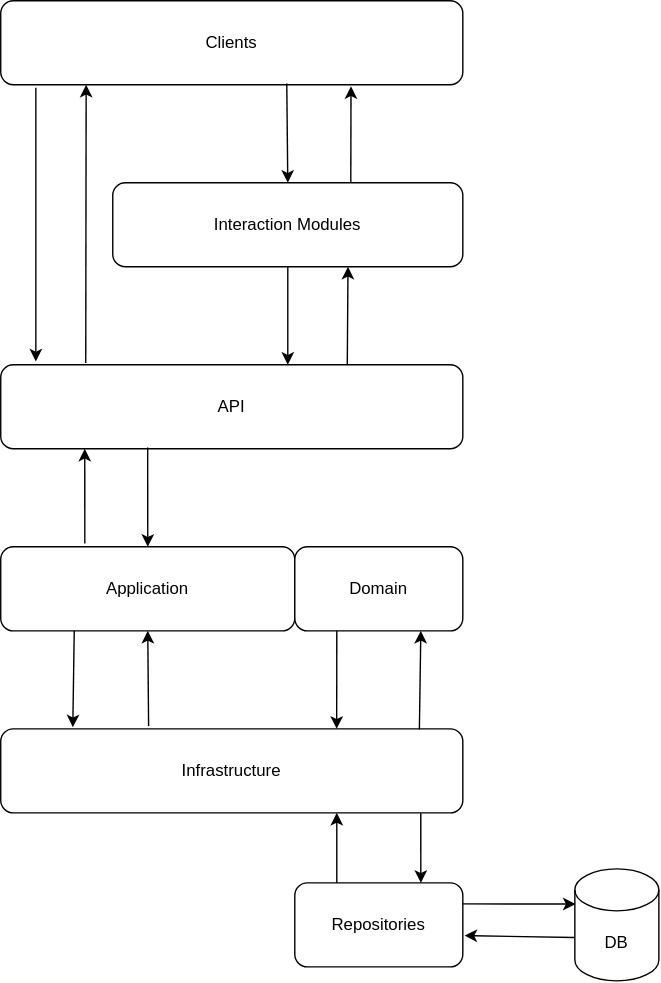
The draw.io diagram doc/img/arch.drawio.svg in novg/ErpTemplate, before a commit. Source tidied: cells renumbered, new cells last; positions are measured from the earlier drawing's top-left corner, leaving out a move shared by most shapes.
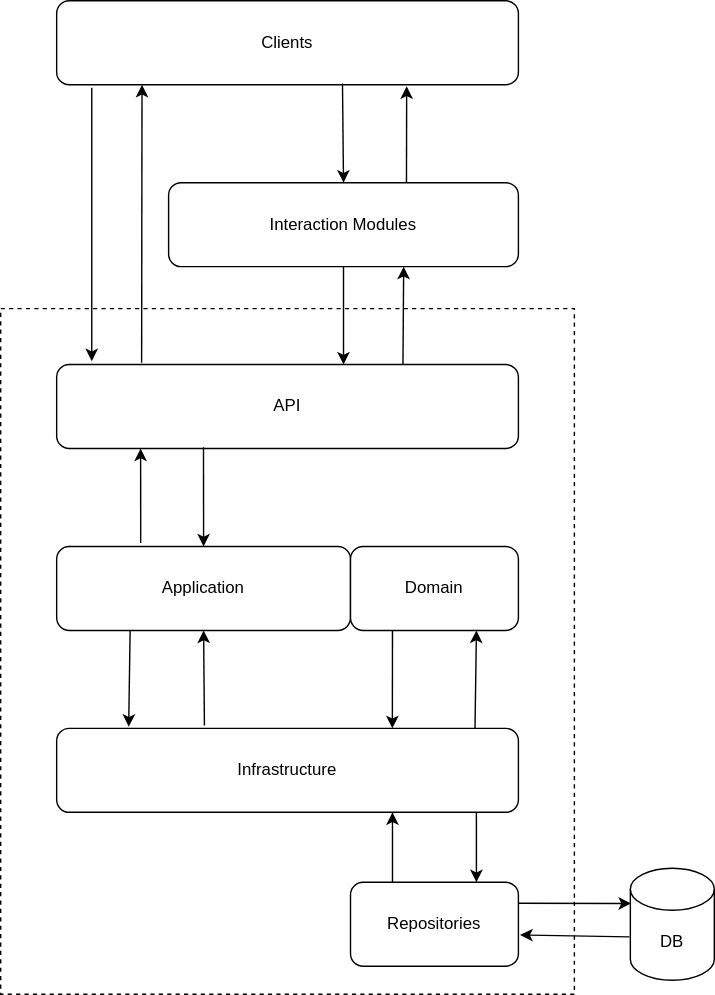
The same diagram one commit later.

Diff of the diagram source:
```diff
@@ -84,5 +84,8 @@
     <mxCell id="25" style="endArrow=classic;html=1;entryX=0.75;entryY=1;entryDx=0;entryDy=0;exitX=0.906;exitY=0.008;exitDx=0;exitDy=0;exitPerimeter=0;" parent="1" edge="1" source="4" target="3">
       <mxGeometry relative="1" as="geometry" />
     </mxCell>
+    <mxCell id="26" style="rounded=0;whiteSpace=wrap;html=1;dashed=1;fillColor=none;strokeColor=default;" parent="1" vertex="1">
+      <mxGeometry x="-40" y="220" width="410" height="490" as="geometry" />
+    </mxCell>
   </root>
 </mxGraphModel>
```
